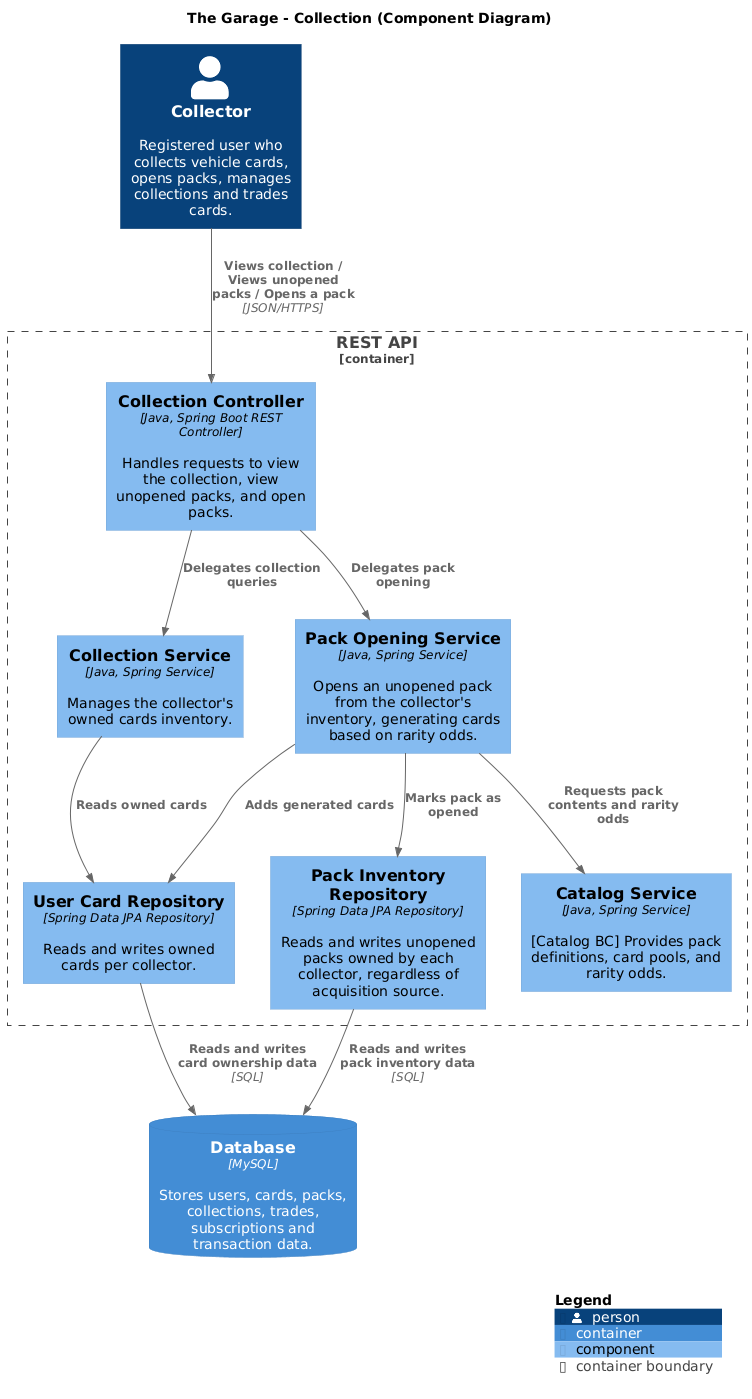
Before: exports/ComponentDiagrams/Collection-ComponentDiagram.png, a diagram exported from PlantUML (the-garage-studio/the-garage-c4-model-design).
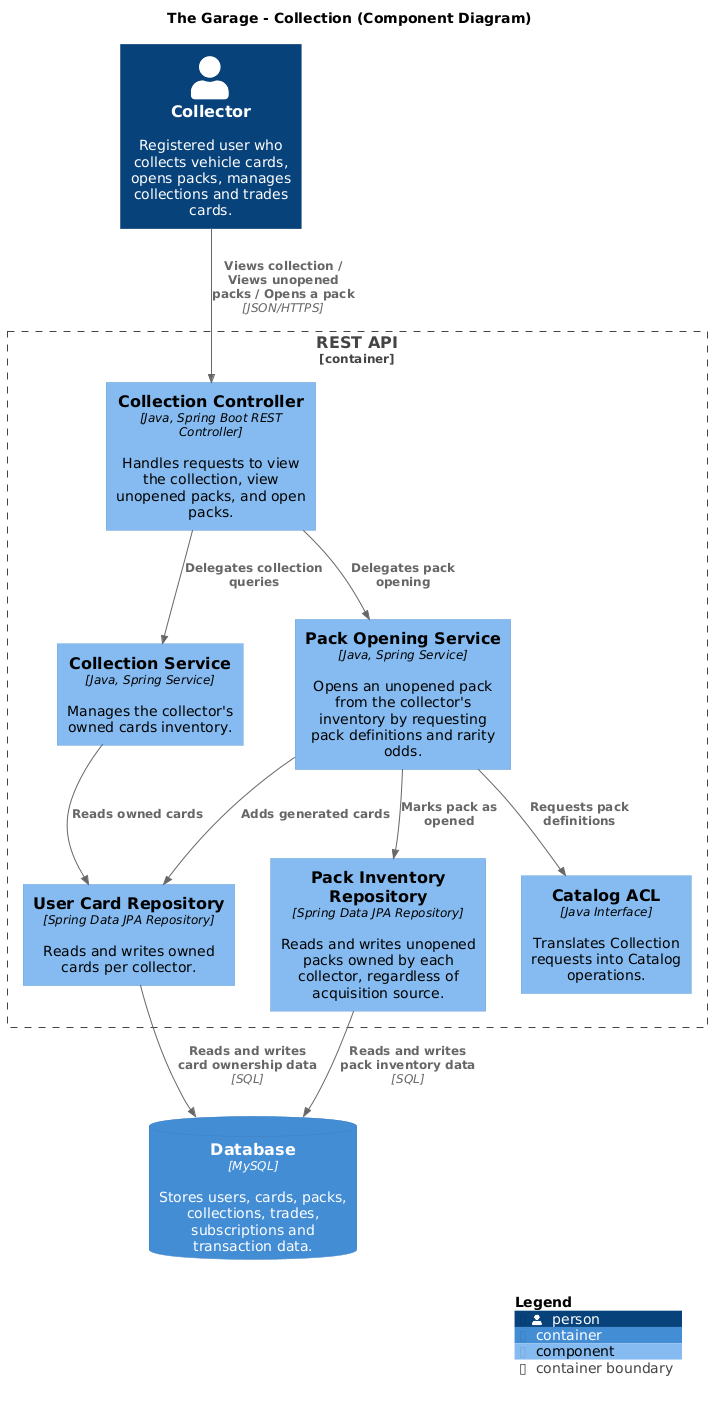
Above is the later version.

The edit, as a diff of the source:
```diff
@@ -12,13 +12,14 @@
     Component(collection_controller, "Collection Controller", "Java, Spring Boot REST Controller", "Handles requests to view the collection, view unopened packs, and open packs.")
 
     Component(collection_service, "Collection Service", "Java, Spring Service", "Manages the collector's owned cards inventory.")
-    Component(pack_opening_service, "Pack Opening Service", "Java, Spring Service", "Opens an unopened pack from the collector's inventory, generating cards based on rarity odds.")
 
-    Component(catalog_service, "Catalog Service", "Java, Spring Service", "[Catalog BC] Provides pack definitions, card pools, and rarity odds.")
+    Component(pack_opening_service, "Pack Opening Service", "Java, Spring Service", "Opens an unopened pack from the collector's inventory by requesting pack definitions and rarity odds.")
+
+    Component(catalog_acl, "Catalog ACL", "Java Interface", "Translates Collection requests into Catalog operations.")
 
     Component(user_card_repository, "User Card Repository", "Spring Data JPA Repository", "Reads and writes owned cards per collector.")
+
     Component(pack_inventory_repository, "Pack Inventory Repository", "Spring Data JPA Repository", "Reads and writes unopened packs owned by each collector, regardless of acquisition source.")
-
 }
 
 ContainerDb(database, "Database", "MySQL", "Stores users, cards, packs, collections, trades, subscriptions and transaction data.")
@@ -28,7 +29,7 @@
 Rel(collection_controller, collection_service, "Delegates collection queries")
 Rel(collection_controller, pack_opening_service, "Delegates pack opening")
 
-Rel(pack_opening_service, catalog_service, "Requests pack contents and rarity odds")
+Rel(pack_opening_service, catalog_acl, "Requests pack definitions")
 Rel(pack_opening_service, pack_inventory_repository, "Marks pack as opened")
 Rel(pack_opening_service, user_card_repository, "Adds generated cards")
 
@@ -37,6 +38,6 @@
 Rel(user_card_repository, database, "Reads and writes card ownership data", "SQL")
 Rel(pack_inventory_repository, database, "Reads and writes pack inventory data", "SQL")
 
+SHOW_LEGEND()
 
-SHOW_LEGEND()
 @enduml
```
